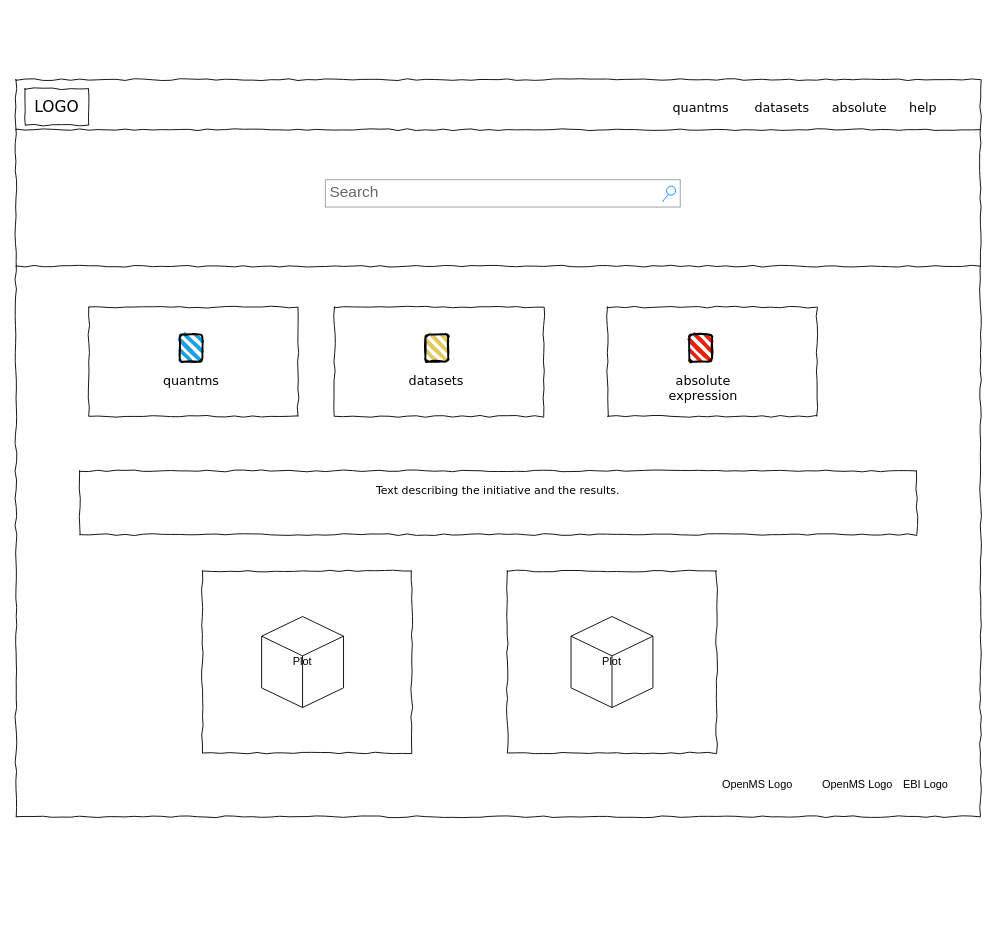
This is mockups/quantms.org.drawio from shabai517/quantms.org, a draw.io file, before an edit. Source tidied: cells renumbered, new cells numbered last; positions are measured from the earlier drawing's top-left corner, leaving out a move shared by most shapes. Both pictures are drawn from the tidied source at 91%, with x=0, y=0 at pixel (15, 79).
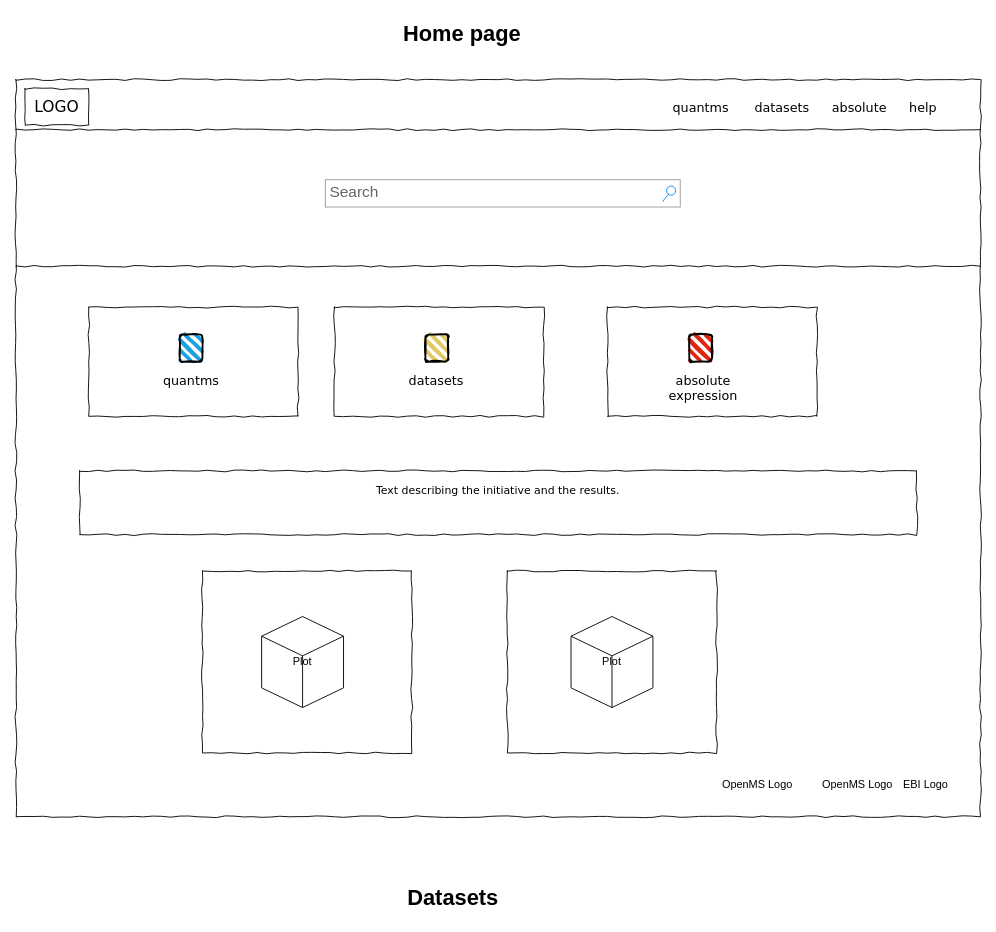
Above is the later version.

The edit, as a diff of the source:
```diff
@@
+    <mxCell id="31" value="Home page" style="text;strokeColor=none;fillColor=none;html=1;fontSize=24;fontStyle=1;verticalAlign=middle;align=center;" parent="1" vertex="1">
+      <mxGeometry x="440" y="-70" width="100" height="40" as="geometry" />
+    </mxCell>
+    <mxCell id="32" value="Datasets" style="text;strokeColor=none;fillColor=none;html=1;fontSize=24;fontStyle=1;verticalAlign=middle;align=center;" parent="1" vertex="1">
+      <mxGeometry x="430" y="880" width="100" height="40" as="geometry" />
+    </mxCell>
```
